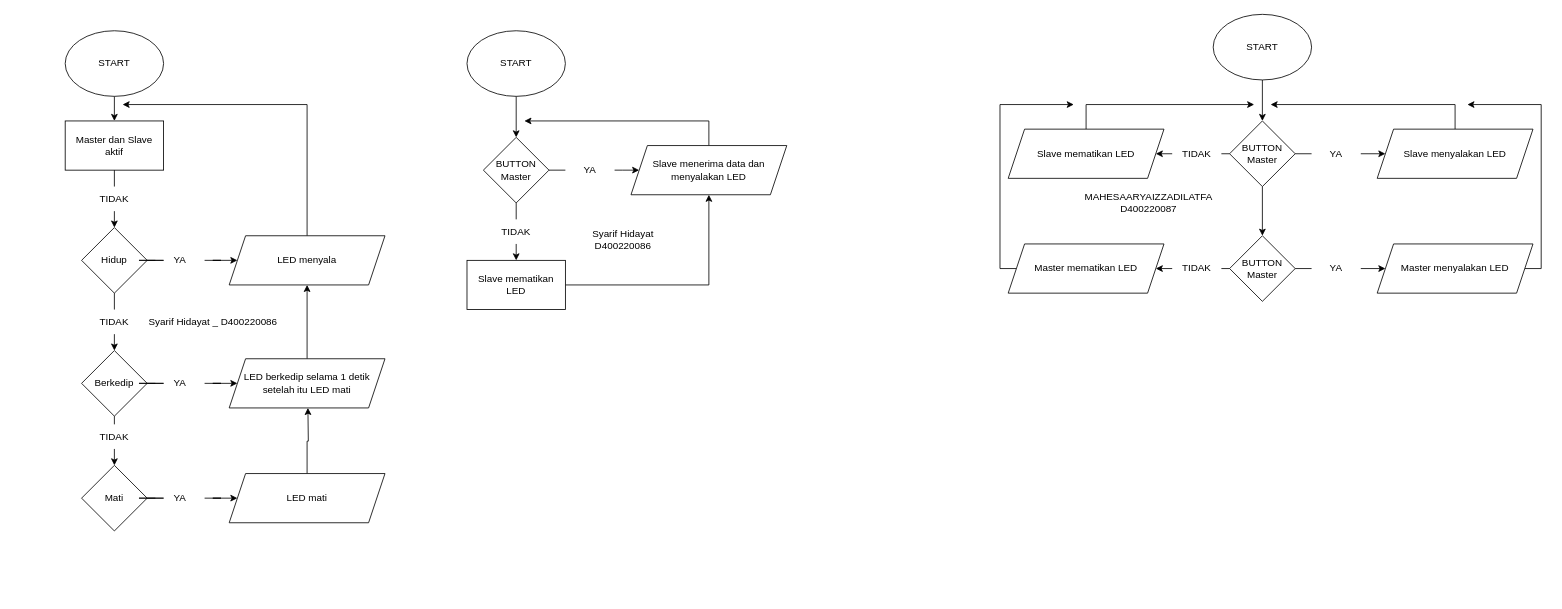
This is Flc.Modul1TA/mod1.drawio from RifsyaZ/P.Tantarmuka, a draw.io file, before an edit. Source tidied: cells renumbered, new cells numbered last; positions are measured from the earlier drawing's top-left corner, leaving out a move shared by most shapes. Both pictures are drawn from the tidied source at 82%, with x=0, y=0 at pixel (65, 14).
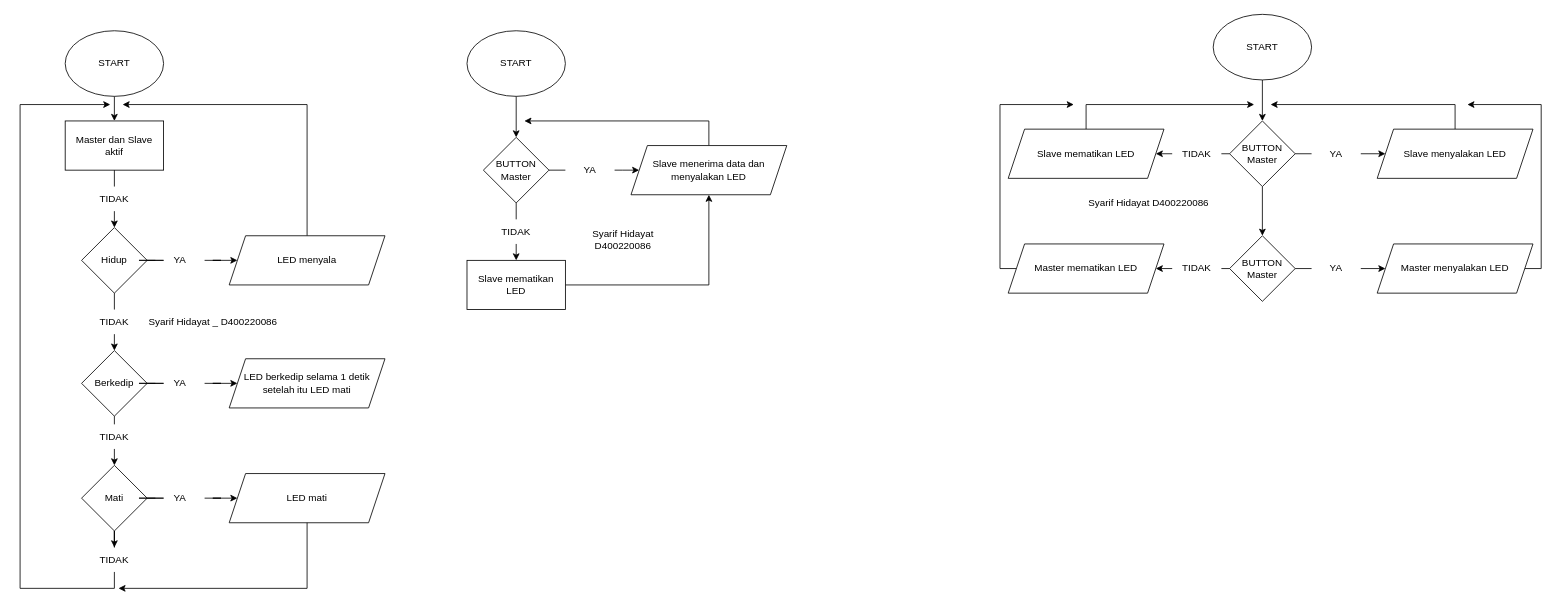
The same diagram, later.

Commit message (it also covers changes not shown here):
Revisi Interface Modul 1 (Flowchart & TTD Dosen)

Unchanged cells that the change refers to:
```xml
<mxCell id="13" value="Mati" style="rhombus;whiteSpace=wrap;html=1;" parent="1" vertex="1">
  <mxGeometry x="20" y="550" width="80" height="80" as="geometry" />
</mxCell>
<mxCell id="15" value="LED mati" style="shape=parallelogram;perimeter=parallelogramPerimeter;whiteSpace=wrap;html=1;fixedSize=1;" parent="1" vertex="1">
  <mxGeometry x="200" y="560" width="190" height="60" as="geometry" />
</mxCell>
<mxCell id="17" value="LED berkedip selama 1 detik setelah itu LED mati" style="shape=parallelogram;perimeter=parallelogramPerimeter;whiteSpace=wrap;html=1;fixedSize=1;" parent="1" vertex="1">
  <mxGeometry x="200" y="420" width="190" height="60" as="geometry" />
</mxCell>
<mxCell id="19" value="LED menyala" style="shape=parallelogram;perimeter=parallelogramPerimeter;whiteSpace=wrap;html=1;fixedSize=1;" parent="1" vertex="1">
  <mxGeometry x="200" y="270" width="190" height="60" as="geometry" />
</mxCell>
```

What changed in the source:
```diff
@@
+    <mxCell id="74" style="edgeStyle=orthogonalEdgeStyle;rounded=0;jettySize=auto;html=1;" parent="1" edge="1" source="13" target="75">
+      <mxGeometry relative="1" as="geometry" />
+    </mxCell>
@@
-    <mxCell id="14" style="edgeStyle=orthogonalEdgeStyle;rounded=0;jettySize=auto;html=1;exitX=0.5;exitY=0;exitDx=0;exitDy=0;" parent="1" edge="1" source="15">
-      <mxGeometry relative="1" as="geometry">
-        <mxPoint x="296" y="480" as="targetPoint" />
-      </mxGeometry>
-    </mxCell>
@@
-    <mxCell id="16" style="edgeStyle=orthogonalEdgeStyle;rounded=0;jettySize=auto;html=1;exitX=0.5;exitY=0;exitDx=0;exitDy=0;entryX=0.5;entryY=1;entryDx=0;entryDy=0;" parent="1" edge="1" source="17" target="19">
-      <mxGeometry relative="1" as="geometry" />
-    </mxCell>
@@
-    <mxCell id="73" value="MAHESAARYAIZZADILATFA&lt;br&gt;D400220087" style="text;html=1;align=center;verticalAlign=middle;strokeColor=none;fillColor=none;" parent="1" vertex="1">
-      <mxGeometry x="1231" y="210" width="180" height="40" as="geometry" />
+    <mxCell id="73" value="Syarif Hidayat D400220086" style="text;html=1;align=center;verticalAlign=middle;strokeColor=none;fillColor=none;" parent="1" vertex="1">
+      <mxGeometry x="1236" y="215" width="170" height="30" as="geometry" />
     </mxCell>
+    <mxCell id="75" value="TIDAK" style="text;html=1;strokeColor=none;fillColor=none;align=center;verticalAlign=middle;whiteSpace=wrap;rounded=0;" parent="1" vertex="1">
+      <mxGeometry x="30" y="650" width="60" height="30" as="geometry" />
+    </mxCell>
+    <mxCell id="76" style="endArrow=classic;html=1;rounded=0;exitX=0.5;exitY=1;exitDx=0;exitDy=0;" parent="1" edge="1" source="75">
+      <mxGeometry relative="1" as="geometry">
+        <mxPoint x="55" y="110" as="targetPoint" />
+        <Array as="points">
+          <mxPoint x="60" y="700" />
+          <mxPoint x="-55" y="700" />
+          <mxPoint x="-55" y="110" />
+        </Array>
+      </mxGeometry>
+    </mxCell>
+    <mxCell id="77" style="endArrow=classic;html=1;rounded=0;exitX=0.5;exitY=1;exitDx=0;exitDy=0;" parent="1" edge="1" source="15">
+      <mxGeometry relative="1" as="geometry">
+        <mxPoint x="65" y="700" as="targetPoint" />
+        <Array as="points">
+          <mxPoint x="295" y="700" />
+        </Array>
+      </mxGeometry>
+    </mxCell>
```
